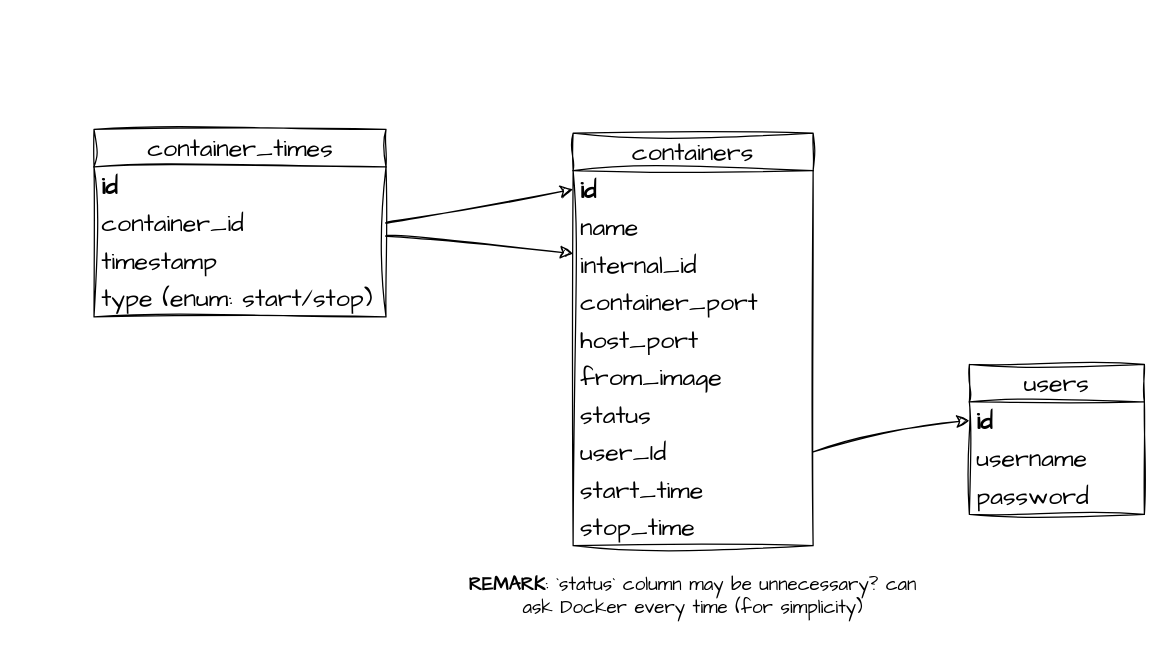
Earlier version of the draw.io diagram page "database" (2 of 3) of docs/caas-diagram.drawio (lc-at/dockurr). Source tidied: cells renumbered, new cells numbered last; positions are measured from the earlier drawing's top-left corner, leaving out a move shared by most shapes. Both pictures are drawn from the tidied source at 125%, with x=0, y=0 at pixel (50, 65).
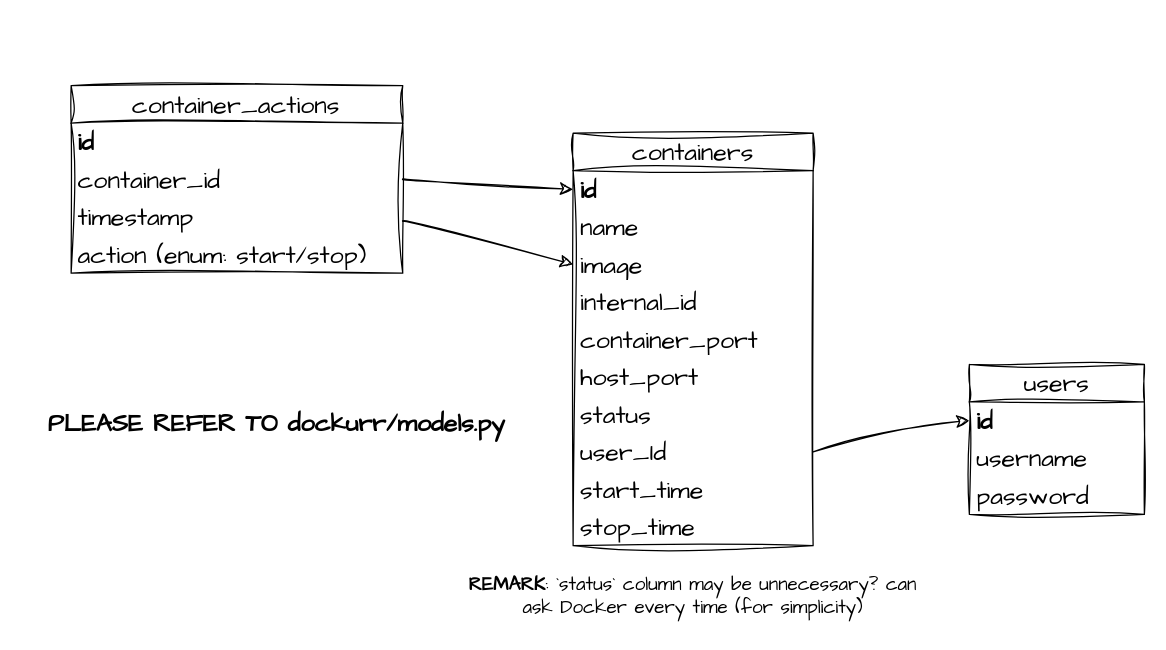
The same page after the edit.

Unchanged cells that the change refers to:
```xml
<mxCell id="2" value="containers" style="swimlane;fontStyle=0;horizontal=1;startSize=30;whiteSpace=wrap;html=1;sketch=1;hachureGap=4;jiggle=2;curveFitting=1;fontFamily=Architects Daughter;fontSize=20;" parent="1" vertex="1">
  <mxGeometry x="418" y="54" width="192" height="330" as="geometry" />
</mxCell>
```

Change to the diagram source:
```diff
@@
+    <mxCell id="8" value="image" style="text;strokeColor=none;fillColor=none;align=left;verticalAlign=middle;spacingLeft=4;spacingRight=4;overflow=hidden;points=[[0,0.5],[1,0.5]];portConstraint=eastwest;whiteSpace=wrap;html=1;fontSize=20;fontFamily=Architects Daughter;fontStyle=0;" parent="2" vertex="1">
+      <mxGeometry y="90" width="192" height="30" as="geometry" />
+    </mxCell>
     <mxCell id="5" value="internal_id" style="text;strokeColor=none;fillColor=none;align=left;verticalAlign=middle;spacingLeft=4;spacingRight=4;overflow=hidden;points=[[0,0.5],[1,0.5]];portConstraint=eastwest;whiteSpace=wrap;html=1;fontSize=20;fontFamily=Architects Daughter;fontStyle=0;" parent="2" vertex="1">
-      <mxGeometry y="90" width="192" height="30" as="geometry" />
+      <mxGeometry y="120" width="192" height="30" as="geometry" />
     </mxCell>
     <mxCell id="6" value="container_port" style="text;strokeColor=none;fillColor=none;align=left;verticalAlign=middle;spacingLeft=4;spacingRight=4;overflow=hidden;whiteSpace=wrap;html=1;fontSize=20;fontFamily=Architects Daughter;fontStyle=0;" parent="2" vertex="1">
-      <mxGeometry y="120" width="192" height="30" as="geometry" />
+      <mxGeometry y="150" width="192" height="30" as="geometry" />
     </mxCell>
     <mxCell id="7" value="host_port" style="text;strokeColor=none;fillColor=none;align=left;verticalAlign=middle;spacingLeft=4;spacingRight=4;overflow=hidden;whiteSpace=wrap;html=1;fontSize=20;fontFamily=Architects Daughter;fontStyle=0;" parent="2" vertex="1">
-      <mxGeometry y="150" width="192" height="30" as="geometry" />
+      <mxGeometry y="180" width="192" height="30" as="geometry" />
     </mxCell>
-    <mxCell id="8" value="from_image" style="text;strokeColor=none;fillColor=none;align=left;verticalAlign=middle;spacingLeft=4;spacingRight=4;overflow=hidden;points=[[0,0.5],[1,0.5]];portConstraint=eastwest;whiteSpace=wrap;html=1;fontSize=20;fontFamily=Architects Daughter;fontStyle=0;" parent="2" vertex="1">
-      <mxGeometry y="180" width="192" height="30" as="geometry" />
-    </mxCell>
@@
     <mxCell id="19" style="group;" parent="1" vertex="1">
-      <mxGeometry width="303" height="231" as="geometry" />
+      <mxGeometry x="-23" y="-35" width="430.6" height="231" as="geometry" />
     </mxCell>
-    <mxCell id="20" value="container_times" style="swimlane;fontStyle=0;horizontal=1;startSize=30;whiteSpace=wrap;html=1;sketch=1;hachureGap=4;jiggle=2;curveFitting=1;fontFamily=Architects Daughter;fontSize=20;" parent="19" vertex="1">
-      <mxGeometry x="34.7" y="51" width="233.6" height="150" as="geometry" />
+    <mxCell id="20" value="container_actions" style="swimlane;fontStyle=0;horizontal=1;startSize=30;whiteSpace=wrap;html=1;sketch=1;hachureGap=4;jiggle=2;curveFitting=1;fontFamily=Architects Daughter;fontSize=20;" parent="19" vertex="1">
+      <mxGeometry x="39.4" y="51" width="265.3" height="150" as="geometry" />
     </mxCell>
     <mxCell id="21" value="id" style="text;strokeColor=none;fillColor=none;align=left;verticalAlign=middle;spacingLeft=4;spacingRight=4;overflow=hidden;whiteSpace=wrap;html=1;fontSize=20;fontFamily=Architects Daughter;fontStyle=1;" parent="20" vertex="1">
-      <mxGeometry y="30" width="233.6" height="30" as="geometry" />
+      <mxGeometry y="30" width="265.3" height="30" as="geometry" />
     </mxCell>
     <mxCell id="22" value="container_id" style="text;strokeColor=none;fillColor=none;align=left;verticalAlign=middle;spacingLeft=4;spacingRight=4;overflow=hidden;points=[[0,0.5],[1,0.5]];portConstraint=eastwest;whiteSpace=wrap;html=1;fontSize=20;fontFamily=Architects Daughter;fontStyle=0;" parent="20" vertex="1">
-      <mxGeometry y="60" width="233.6" height="30" as="geometry" />
+      <mxGeometry y="60" width="265.3" height="30" as="geometry" />
     </mxCell>
     <mxCell id="23" value="timestamp" style="text;strokeColor=none;fillColor=none;align=left;verticalAlign=middle;spacingLeft=4;spacingRight=4;overflow=hidden;whiteSpace=wrap;html=1;fontSize=20;fontFamily=Architects Daughter;" parent="20" vertex="1">
-      <mxGeometry y="90" width="233.6" height="30" as="geometry" />
+      <mxGeometry y="90" width="265.3" height="30" as="geometry" />
     </mxCell>
-    <mxCell id="24" value="type (enum: start/stop)" style="text;strokeColor=none;fillColor=none;align=left;verticalAlign=middle;spacingLeft=4;spacingRight=4;overflow=hidden;whiteSpace=wrap;html=1;fontSize=20;fontFamily=Architects Daughter;" parent="20" vertex="1">
-      <mxGeometry y="120" width="233.6" height="30" as="geometry" />
+    <mxCell id="24" value="action (enum: start/stop)" style="text;strokeColor=none;fillColor=none;align=left;verticalAlign=middle;spacingLeft=4;spacingRight=4;overflow=hidden;whiteSpace=wrap;html=1;fontSize=20;fontFamily=Architects Daughter;" parent="20" vertex="1">
+      <mxGeometry y="120" width="265.3" height="30" as="geometry" />
     </mxCell>
@@
-    <mxCell id="26" style="edgeStyle=none;curved=1;rounded=0;sketch=1;hachureGap=4;jiggle=2;curveFitting=1;jettySize=auto;html=1;fontFamily=Architects Daughter;fontSize=16;startSize=8;endSize=8;" parent="1" edge="1" source="20" target="5">
+    <mxCell id="26" style="edgeStyle=none;curved=1;rounded=0;sketch=1;hachureGap=4;jiggle=2;curveFitting=1;jettySize=auto;html=1;fontFamily=Architects Daughter;fontSize=16;startSize=8;endSize=8;entryX=0;entryY=0.5;entryDx=0;entryDy=0;" parent="1" edge="1" source="20" target="8">
       <mxGeometry relative="1" as="geometry" />
     </mxCell>
+    <mxCell id="27" value="PLEASE REFER TO dockurr/models.py" style="text;strokeColor=none;align=center;fillColor=none;html=1;verticalAlign=middle;whiteSpace=wrap;rounded=0;fontSize=20;fontFamily=Architects Daughter;fontStyle=1;" parent="1" vertex="1">
+      <mxGeometry x="-23" y="271" width="407.6" height="30" as="geometry" />
+    </mxCell>
```
